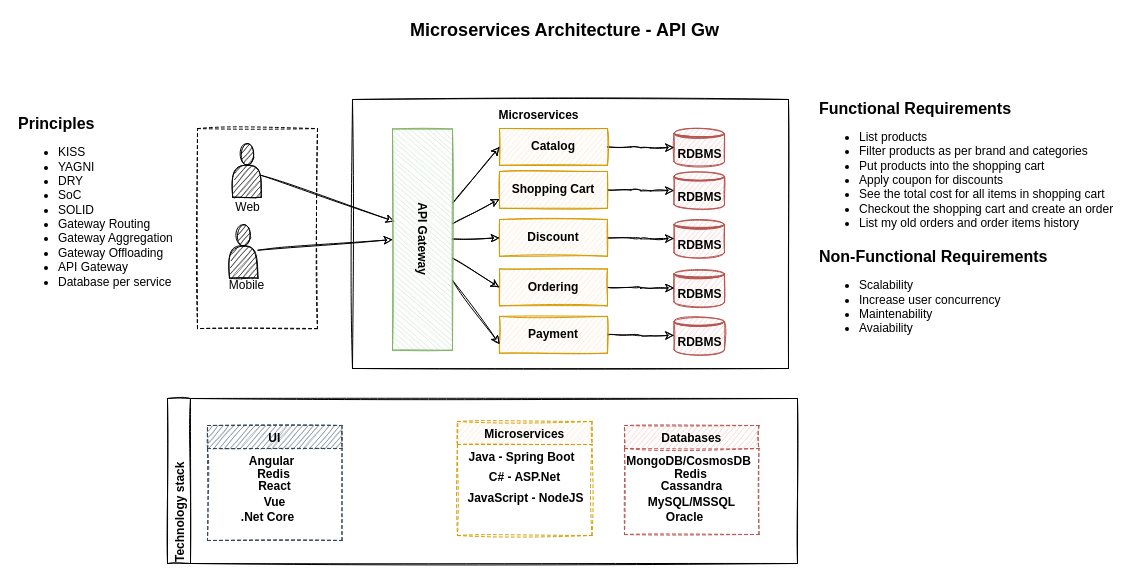
The draw.io diagram Microservices with API Gateway Architecture.drawio in majaham/Microservices-Architecture-Designs, before the edit. Source tidied: cells renumbered, new cells numbered last; positions are measured from the earlier drawing's top-left corner, leaving out a move shared by most shapes. Both pictures are drawn from the tidied source at 100%, with x=0, y=0 at pixel (17, 17).
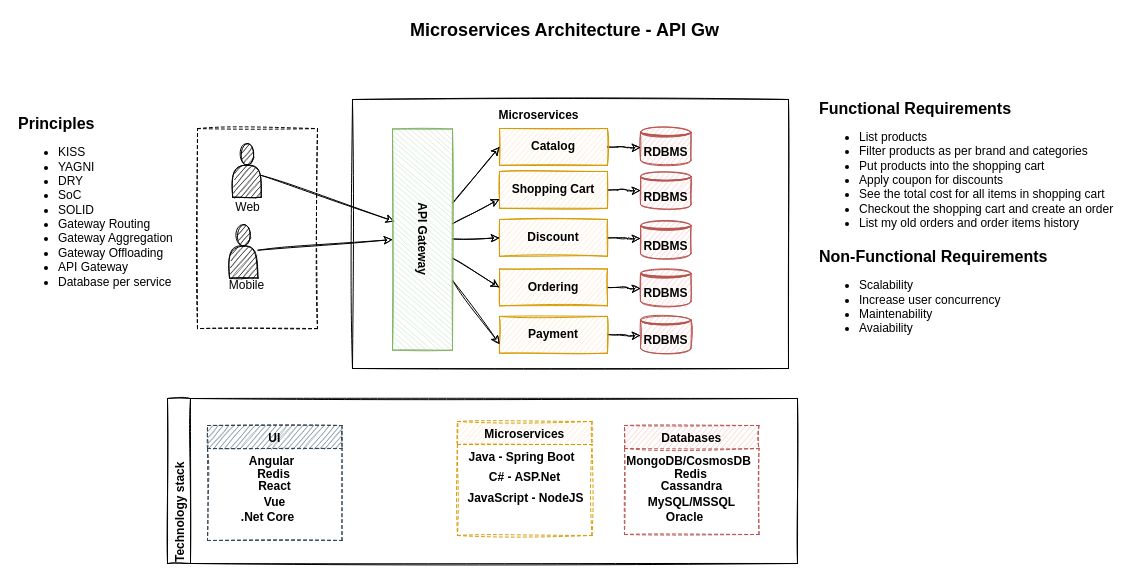
Above is the later version.

The change refers to these unchanged cells:
```xml
<mxCell id="17" value="Catalog" style="whiteSpace=wrap;html=1;glass=0;sketch=1;fillColor=#ffe6cc;strokeColor=#d79b00;fontStyle=1;" parent="1" vertex="1">
  <mxGeometry x="482" y="111" width="108" height="36.8" as="geometry" />
</mxCell>
<mxCell id="20" value="Shopping Cart" style="whiteSpace=wrap;html=1;glass=0;sketch=1;fillColor=#ffe6cc;strokeColor=#d79b00;fontStyle=1;" parent="1" vertex="1">
  <mxGeometry x="482" y="154" width="108" height="36.8" as="geometry" />
</mxCell>
<mxCell id="23" value="Discount" style="whiteSpace=wrap;html=1;glass=0;sketch=1;fillColor=#ffe6cc;strokeColor=#d79b00;fontStyle=1;" parent="1" vertex="1">
  <mxGeometry x="482" y="202" width="108" height="36.8" as="geometry" />
</mxCell>
<mxCell id="26" value="Ordering" style="whiteSpace=wrap;html=1;glass=0;sketch=1;fillColor=#ffe6cc;strokeColor=#d79b00;fontStyle=1;" parent="1" vertex="1">
  <mxGeometry x="482" y="251.5" width="108" height="36.8" as="geometry" />
</mxCell>
<mxCell id="29" value="Payment" style="whiteSpace=wrap;html=1;glass=0;sketch=1;fillColor=#ffe6cc;strokeColor=#d79b00;fontStyle=1;" parent="1" vertex="1">
  <mxGeometry x="482" y="298.9" width="108" height="36.8" as="geometry" />
</mxCell>
```

Diff of the diagram source:
```diff
@@
     <mxCell id="15" value="RDBMS" style="shape=datastore;whiteSpace=wrap;html=1;glass=0;fontStyle=1;fillColor=#f8cecc;strokeColor=#b85450;sketch=1;" parent="1" vertex="1">
-      <mxGeometry x="656.5" y="111.1" width="50.5" height="38" as="geometry" />
+      <mxGeometry x="623" y="109.8" width="50.5" height="38" as="geometry" />
     </mxCell>
-    <mxCell id="16" style="edgeStyle=orthogonalEdgeStyle;rounded=1;sketch=1;jettySize=auto;html=1;entryX=0;entryY=0.5;entryDx=0;entryDy=0;fontSize=12;fontColor=#000000;" parent="1" edge="1" source="17">
+    <mxCell id="16" style="edgeStyle=orthogonalEdgeStyle;rounded=1;sketch=1;jettySize=auto;html=1;fontSize=12;fontColor=#000000;" parent="1" edge="1" source="17">
       <mxGeometry relative="1" as="geometry">
-        <mxPoint x="656.5" y="130" as="targetPoint" />
+        <mxPoint x="623" y="130" as="targetPoint" />
       </mxGeometry>
     </mxCell>
@@
     <mxCell id="18" value="RDBMS" style="shape=datastore;whiteSpace=wrap;html=1;glass=0;fontStyle=1;fillColor=#f8cecc;strokeColor=#b85450;sketch=1;" parent="1" vertex="1">
-      <mxGeometry x="656.5" y="154.1" width="50.5" height="38" as="geometry" />
+      <mxGeometry x="623" y="154.1" width="50.5" height="38" as="geometry" />
     </mxCell>
-    <mxCell id="19" style="edgeStyle=orthogonalEdgeStyle;rounded=1;sketch=1;jettySize=auto;html=1;entryX=0;entryY=0.5;entryDx=0;entryDy=0;fontSize=12;fontColor=#000000;" parent="1" edge="1" source="20">
+    <mxCell id="19" style="edgeStyle=orthogonalEdgeStyle;rounded=1;sketch=1;jettySize=auto;html=1;fontSize=12;fontColor=#000000;" parent="1" edge="1" source="20">
       <mxGeometry relative="1" as="geometry">
-        <mxPoint x="656.5" y="173" as="targetPoint" />
+        <mxPoint x="623" y="173" as="targetPoint" />
       </mxGeometry>
     </mxCell>
@@
     <mxCell id="21" value="RDBMS" style="shape=datastore;whiteSpace=wrap;html=1;glass=0;fontStyle=1;fillColor=#f8cecc;strokeColor=#b85450;sketch=1;" parent="1" vertex="1">
-      <mxGeometry x="656.5" y="202.1" width="50.5" height="38" as="geometry" />
+      <mxGeometry x="623" y="203.1" width="50.5" height="38" as="geometry" />
     </mxCell>
-    <mxCell id="22" style="edgeStyle=orthogonalEdgeStyle;rounded=1;sketch=1;jettySize=auto;html=1;entryX=0;entryY=0.5;entryDx=0;entryDy=0;fontSize=12;fontColor=#000000;" parent="1" edge="1" source="23">
+    <mxCell id="22" style="edgeStyle=orthogonalEdgeStyle;rounded=1;sketch=1;jettySize=auto;html=1;fontSize=12;fontColor=#000000;" parent="1" edge="1" source="23">
       <mxGeometry relative="1" as="geometry">
-        <mxPoint x="656.5" y="221" as="targetPoint" />
+        <mxPoint x="623" y="221" as="targetPoint" />
       </mxGeometry>
     </mxCell>
@@
     <mxCell id="24" value="RDBMS" style="shape=datastore;whiteSpace=wrap;html=1;glass=0;fontStyle=1;fillColor=#f8cecc;strokeColor=#b85450;sketch=1;" parent="1" vertex="1">
-      <mxGeometry x="656.5" y="251.6" width="50.5" height="38" as="geometry" />
+      <mxGeometry x="623" y="250.9" width="50.5" height="38" as="geometry" />
     </mxCell>
-    <mxCell id="25" style="edgeStyle=orthogonalEdgeStyle;rounded=1;sketch=1;jettySize=auto;html=1;entryX=0;entryY=0.5;entryDx=0;entryDy=0;fontSize=12;fontColor=#000000;" parent="1" edge="1" source="26">
+    <mxCell id="25" style="edgeStyle=orthogonalEdgeStyle;rounded=1;sketch=1;jettySize=auto;html=1;fontSize=12;fontColor=#000000;" parent="1" edge="1" source="26">
       <mxGeometry relative="1" as="geometry">
-        <mxPoint x="656.5" y="270.5" as="targetPoint" />
+        <mxPoint x="623" y="271" as="targetPoint" />
       </mxGeometry>
     </mxCell>
@@
     <mxCell id="27" value="RDBMS" style="shape=datastore;whiteSpace=wrap;html=1;glass=0;fontStyle=1;fillColor=#f8cecc;strokeColor=#b85450;sketch=1;" parent="1" vertex="1">
-      <mxGeometry x="656.5" y="299" width="50.5" height="38" as="geometry" />
+      <mxGeometry x="623" y="297.6" width="50.5" height="38" as="geometry" />
     </mxCell>
-    <mxCell id="28" style="edgeStyle=orthogonalEdgeStyle;rounded=1;sketch=1;jettySize=auto;html=1;entryX=0;entryY=0.5;entryDx=0;entryDy=0;fontSize=12;fontColor=#000000;" parent="1" edge="1" source="29">
+    <mxCell id="28" style="edgeStyle=orthogonalEdgeStyle;rounded=1;sketch=1;jettySize=auto;html=1;fontSize=12;fontColor=#000000;" parent="1" edge="1" source="29">
       <mxGeometry relative="1" as="geometry">
-        <mxPoint x="656.5" y="317.9" as="targetPoint" />
+        <mxPoint x="623" y="318" as="targetPoint" />
       </mxGeometry>
     </mxCell>
```
